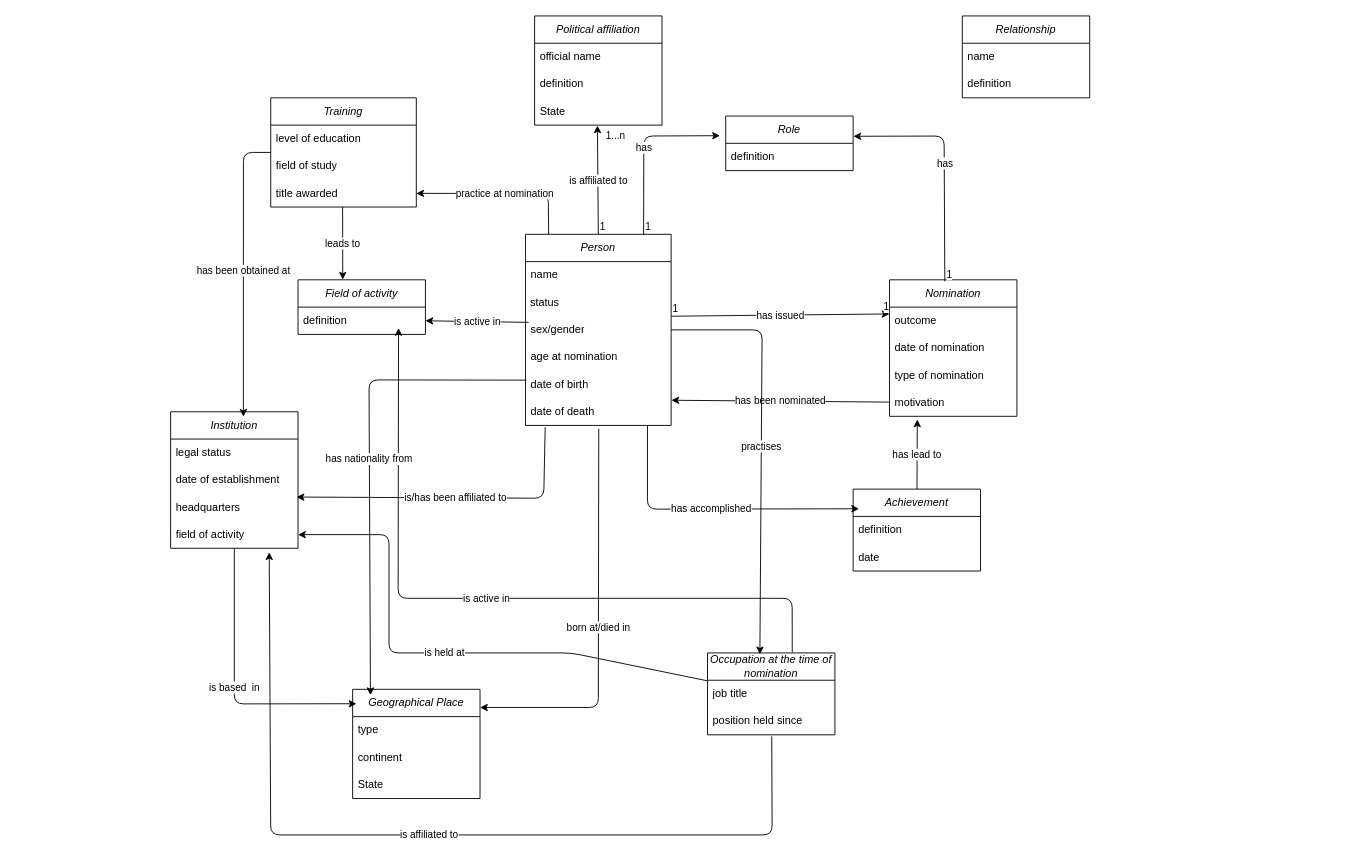
This is Documentation/MCD_to_database_nobel_prize.drawio from cattina2/nobel_peace_prize, a draw.io file, before an edit. Source tidied: cells renumbered, new cells numbered last; positions are measured from the earlier drawing's top-left corner, leaving out a move shared by most shapes. Both pictures are drawn from the tidied source at 91%, with x=0, y=0 at pixel (170, 15).
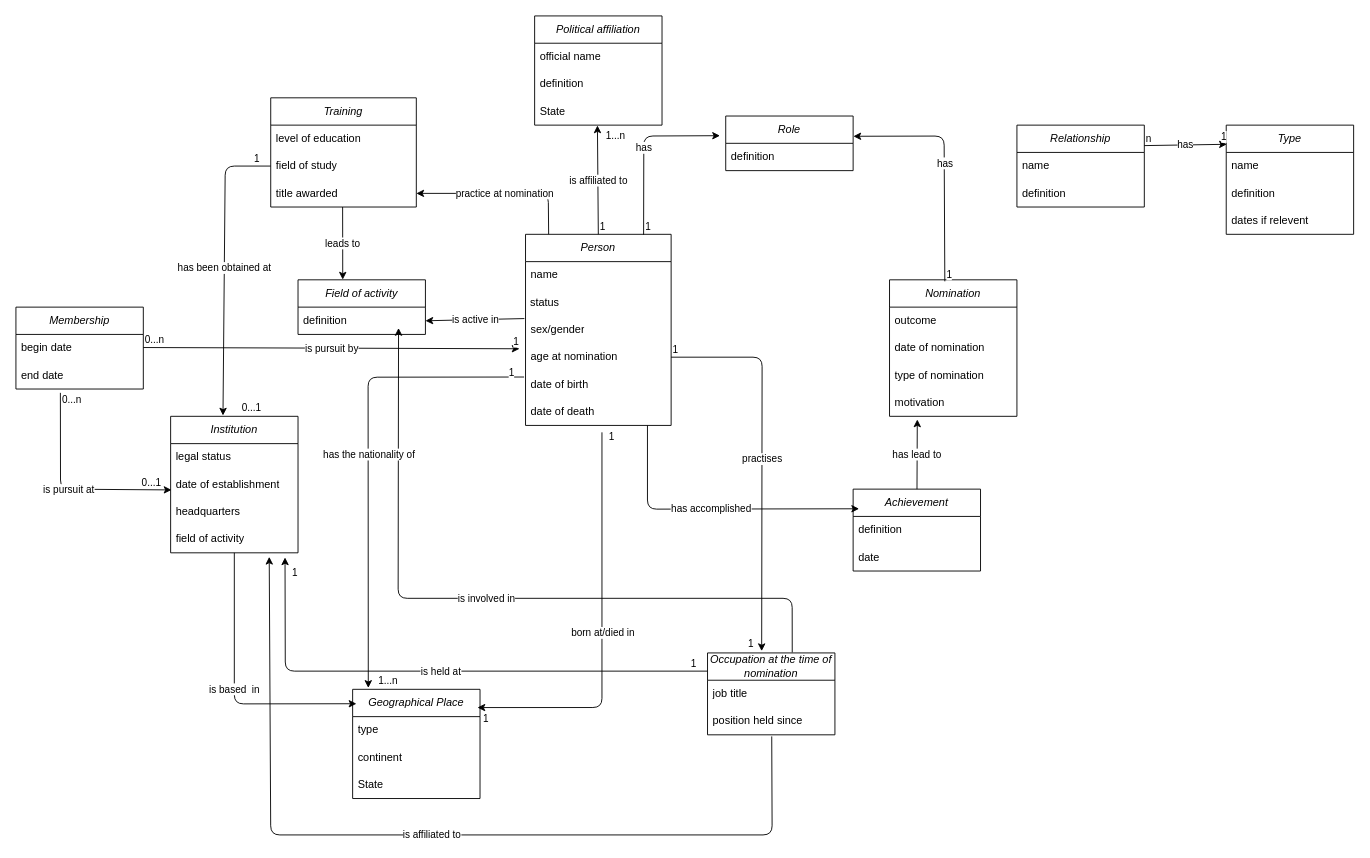
Above is the later version.

Commit message (it also covers changes not shown here):
modificationS MCD + sqlite

The change refers to these unchanged cells:
```xml
<mxCell id="5" value="&lt;i&gt;Person&lt;/i&gt;" style="swimlane;fontStyle=0;horizontal=1;startSize=30;whiteSpace=wrap;html=1;" parent="1" vertex="1">
  <mxGeometry x="390" y="240" width="160" height="210" as="geometry" />
</mxCell>
<mxCell id="7" value="&amp;nbsp;status" style="text;html=1;align=left;verticalAlign=middle;whiteSpace=wrap;rounded=0;" parent="5" vertex="1">
  <mxGeometry y="60" width="160" height="30" as="geometry" />
</mxCell>
<mxCell id="8" value="sex/gender" style="text;strokeColor=none;fillColor=none;align=left;verticalAlign=middle;spacingLeft=4;spacingRight=4;overflow=hidden;points=[[0,0.5],[1,0.5]];portConstraint=eastwest;whiteSpace=wrap;html=1;" parent="5" vertex="1">
  <mxGeometry y="90" width="160" height="30" as="geometry" />
</mxCell>
<mxCell id="9" value="age at nomination" style="text;strokeColor=none;fillColor=none;align=left;verticalAlign=middle;spacingLeft=4;spacingRight=4;overflow=hidden;points=[[0,0.5],[1,0.5]];portConstraint=eastwest;whiteSpace=wrap;html=1;" parent="5" vertex="1">
  <mxGeometry y="120" width="160" height="30" as="geometry" />
</mxCell>
<mxCell id="10" value="date of birth" style="text;strokeColor=none;fillColor=none;align=left;verticalAlign=middle;spacingLeft=4;spacingRight=4;overflow=hidden;points=[[0,0.5],[1,0.5]];portConstraint=eastwest;whiteSpace=wrap;html=1;" parent="5" vertex="1">
  <mxGeometry y="150" width="160" height="30" as="geometry" />
</mxCell>
<mxCell id="11" value="date of death" style="text;strokeColor=none;fillColor=none;align=left;verticalAlign=middle;spacingLeft=4;spacingRight=4;overflow=hidden;points=[[0,0.5],[1,0.5]];portConstraint=eastwest;whiteSpace=wrap;html=1;" parent="5" vertex="1">
  <mxGeometry y="180" width="160" height="30" as="geometry" />
</mxCell>
<mxCell id="12" value="&lt;i&gt;Nomination&lt;/i&gt;" style="swimlane;fontStyle=0;horizontal=1;startSize=30;whiteSpace=wrap;html=1;" parent="1" vertex="1">
  <mxGeometry x="790" y="290" width="140" height="150" as="geometry" />
</mxCell>
<mxCell id="16" value="motivation" style="text;strokeColor=none;fillColor=none;align=left;verticalAlign=middle;spacingLeft=4;spacingRight=4;overflow=hidden;points=[[0,0.5],[1,0.5]];portConstraint=eastwest;whiteSpace=wrap;html=1;" parent="12" vertex="1">
  <mxGeometry y="120" width="140" height="30" as="geometry" />
</mxCell>
<mxCell id="19" value="date of establishment" style="text;strokeColor=none;fillColor=none;align=left;verticalAlign=middle;spacingLeft=4;spacingRight=4;overflow=hidden;points=[[0,0.5],[1,0.5]];portConstraint=eastwest;whiteSpace=wrap;html=1;" parent="17" vertex="1">
  <mxGeometry y="60" width="140" height="30" as="geometry" />
</mxCell>
<mxCell id="20" value="headquarters" style="text;strokeColor=none;fillColor=none;align=left;verticalAlign=middle;spacingLeft=4;spacingRight=4;overflow=hidden;points=[[0,0.5],[1,0.5]];portConstraint=eastwest;whiteSpace=wrap;html=1;" parent="17" vertex="1">
  <mxGeometry y="90" width="140" height="30" as="geometry" />
</mxCell>
<mxCell id="21" value="field of activity" style="text;strokeColor=none;fillColor=none;align=left;verticalAlign=middle;spacingLeft=4;spacingRight=4;overflow=hidden;points=[[0,0.5],[1,0.5]];portConstraint=eastwest;whiteSpace=wrap;html=1;" parent="17" vertex="1">
  <mxGeometry y="120" width="140" height="30" as="geometry" />
</mxCell>
<mxCell id="22" value="&lt;i&gt;Geographical Place&lt;/i&gt;" style="swimlane;fontStyle=0;horizontal=1;startSize=30;whiteSpace=wrap;html=1;" parent="1" vertex="1">
  <mxGeometry x="200" y="740" width="140" height="120" as="geometry" />
</mxCell>
<mxCell id="26" value="Training" style="swimlane;fontStyle=2;horizontal=1;startSize=30;whiteSpace=wrap;html=1;" parent="1" vertex="1">
  <mxGeometry x="110" y="90" width="160" height="120" as="geometry" />
</mxCell>
<mxCell id="28" value="field of study" style="text;strokeColor=none;fillColor=none;align=left;verticalAlign=middle;spacingLeft=4;spacingRight=4;overflow=hidden;points=[[0,0.5],[1,0.5]];portConstraint=eastwest;whiteSpace=wrap;html=1;" parent="26" vertex="1">
  <mxGeometry y="60" width="160" height="30" as="geometry" />
</mxCell>
<mxCell id="31" value="Occupation at the time of nomination" style="swimlane;fontStyle=2;horizontal=1;startSize=30;whiteSpace=wrap;html=1;" parent="1" vertex="1">
  <mxGeometry x="590" y="700" width="140" height="90" as="geometry" />
</mxCell>
<mxCell id="44" value="definition" style="text;strokeColor=none;fillColor=none;align=left;verticalAlign=middle;spacingLeft=4;spacingRight=4;overflow=hidden;points=[[0,0.5],[1,0.5]];portConstraint=eastwest;whiteSpace=wrap;html=1;" parent="43" vertex="1">
  <mxGeometry y="30" width="140" height="30" as="geometry" />
</mxCell>
```

Diff of the diagram source:
```diff
@@
-    <mxCell id="3" value="is/has been affiliated to" style="edgeStyle=none;html=1;exitX=0.135;exitY=1.064;exitDx=0;exitDy=0;exitPerimeter=0;entryX=0.989;entryY=0.124;entryDx=0;entryDy=0;entryPerimeter=0;" parent="1" edge="1" source="11" target="20">
-      <mxGeometry relative="1" as="geometry">
-        <Array as="points">
-          <mxPoint x="410" y="530" />
-        </Array>
-      </mxGeometry>
-    </mxCell>
-    <mxCell id="4" value="is active in" style="edgeStyle=none;html=1;entryX=1;entryY=0.5;entryDx=0;entryDy=0;exitX=0.022;exitY=0.225;exitDx=0;exitDy=0;exitPerimeter=0;" parent="1" edge="1" source="8" target="44">
+    <mxCell id="4" value="is active in" style="edgeStyle=none;html=1;entryX=1;entryY=0.5;entryDx=0;entryDy=0;exitX=-0.008;exitY=0.086;exitDx=0;exitDy=0;exitPerimeter=0;" parent="1" edge="1" source="8" target="44">
       <mxGeometry relative="1" as="geometry" />
     </mxCell>
@@
     <mxCell id="17" value="&lt;i&gt;Institution&lt;/i&gt;" style="swimlane;fontStyle=0;horizontal=1;startSize=30;whiteSpace=wrap;html=1;" parent="1" vertex="1">
-      <mxGeometry y="435" width="140" height="150" as="geometry" />
+      <mxGeometry y="440" width="140" height="150" as="geometry" />
     </mxCell>
@@
-    <mxCell id="30" value="is held at" style="edgeStyle=none;html=1;entryX=1;entryY=0.5;entryDx=0;entryDy=0;" parent="1" edge="1" source="31" target="21">
-      <mxGeometry relative="1" as="geometry">
-        <Array as="points">
-          <mxPoint x="440" y="700" />
-          <mxPoint x="240" y="700" />
-          <mxPoint x="240" y="570" />
-        </Array>
-      </mxGeometry>
-    </mxCell>
@@
-    <mxCell id="34" value="has been nominated" style="edgeStyle=none;html=1;entryX=1.002;entryY=0.077;entryDx=0;entryDy=0;entryPerimeter=0;" parent="1" edge="1" source="16" target="11">
-      <mxGeometry relative="1" as="geometry" />
-    </mxCell>
-    <mxCell id="35" value="born at/died in" style="edgeStyle=none;html=1;exitX=0.503;exitY=1.125;exitDx=0;exitDy=0;exitPerimeter=0;" parent="1" edge="1" source="11">
-      <mxGeometry relative="1" as="geometry">
-        <mxPoint x="340" y="760" as="targetPoint" />
-        <Array as="points">
-          <mxPoint x="470" y="760" />
-        </Array>
-      </mxGeometry>
-    </mxCell>
@@
-    <mxCell id="37" value="has been obtained at" style="edgeStyle=none;html=1;entryX=0.571;entryY=0.036;entryDx=0;entryDy=0;entryPerimeter=0;" parent="1" edge="1" source="26" target="17">
-      <mxGeometry relative="1" as="geometry">
-        <Array as="points">
-          <mxPoint x="80" y="150" />
-        </Array>
-      </mxGeometry>
-    </mxCell>
@@
-    <mxCell id="39" style="endArrow=classic;html=1;entryX=0;entryY=0.25;entryDx=0;entryDy=0;exitX=1;exitY=1;exitDx=0;exitDy=0;" parent="1" edge="1" source="7" target="12">
-      <mxGeometry relative="1" as="geometry" />
-    </mxCell>
-    <mxCell id="40" value="has issued" style="edgeLabel;html=1;align=center;verticalAlign=middle;" parent="39" vertex="1">
-      <mxGeometry relative="1" as="geometry" />
-    </mxCell>
-    <mxCell id="41" value="1" style="edgeLabel;html=1;align=left;verticalAlign=bottom;" parent="39" vertex="1">
-      <mxGeometry x="-1" relative="1" as="geometry" />
-    </mxCell>
-    <mxCell id="42" value="1" style="edgeLabel;html=1;align=right;verticalAlign=bottom;" parent="39" vertex="1">
-      <mxGeometry x="1" relative="1" as="geometry" />
-    </mxCell>
@@
-    <mxCell id="50" value="is active in" style="edgeStyle=none;html=1;entryX=0.789;entryY=0.765;entryDx=0;entryDy=0;entryPerimeter=0;exitX=0.665;exitY=-0.006;exitDx=0;exitDy=0;exitPerimeter=0;" parent="1" edge="1" source="31" target="44">
+    <mxCell id="50" value="is involved in" style="edgeStyle=none;html=1;entryX=0.789;entryY=0.765;entryDx=0;entryDy=0;entryPerimeter=0;exitX=0.665;exitY=-0.006;exitDx=0;exitDy=0;exitPerimeter=0;" parent="1" edge="1" source="31" target="44">
       <mxGeometry relative="1" as="geometry">
         <Array as="points">
           <mxPoint x="683" y="640" />
           <mxPoint x="250" y="640" />
         </Array>
       </mxGeometry>
     </mxCell>
     <mxCell id="51" value="&lt;i&gt;Relationship&lt;/i&gt;" style="swimlane;fontStyle=0;horizontal=1;startSize=30;whiteSpace=wrap;html=1;" parent="1" vertex="1">
-      <mxGeometry x="870" width="140" height="90" as="geometry" />
+      <mxGeometry x="930" y="120" width="140" height="90" as="geometry" />
     </mxCell>
@@
-    <mxCell id="61" value="practises" style="edgeStyle=none;html=1;entryX=0.411;entryY=0.017;entryDx=0;entryDy=0;entryPerimeter=0;" parent="1" edge="1" source="5" target="31">
-      <mxGeometry relative="1" as="geometry">
-        <Array as="points">
-          <mxPoint x="650" y="345" />
-        </Array>
-      </mxGeometry>
-    </mxCell>
@@
-    <mxCell id="64" value="has nationality from" style="edgeStyle=none;html=1;entryX=0.14;entryY=0.053;entryDx=0;entryDy=0;entryPerimeter=0;exitX=0.006;exitY=0.341;exitDx=0;exitDy=0;exitPerimeter=0;" parent="1" edge="1" source="10" target="22">
-      <mxGeometry relative="1" as="geometry">
-        <Array as="points">
-          <mxPoint x="218" y="400" />
-        </Array>
-      </mxGeometry>
-    </mxCell>
@@
+    <mxCell id="73" value="&lt;i&gt;Type&lt;/i&gt;" style="swimlane;fontStyle=0;horizontal=1;startSize=30;whiteSpace=wrap;html=1;" parent="1" vertex="1">
+      <mxGeometry x="1160" y="120" width="140" height="120" as="geometry" />
+    </mxCell>
+    <mxCell id="74" value="name" style="text;strokeColor=none;fillColor=none;align=left;verticalAlign=middle;spacingLeft=4;spacingRight=4;overflow=hidden;points=[[0,0.5],[1,0.5]];portConstraint=eastwest;whiteSpace=wrap;html=1;" parent="73" vertex="1">
+      <mxGeometry y="30" width="140" height="30" as="geometry" />
+    </mxCell>
+    <mxCell id="75" value="definition" style="text;strokeColor=none;fillColor=none;align=left;verticalAlign=middle;spacingLeft=4;spacingRight=4;overflow=hidden;whiteSpace=wrap;html=1;" parent="73" vertex="1">
+      <mxGeometry y="60" width="140" height="30" as="geometry" />
+    </mxCell>
+    <mxCell id="76" value="dates if relevent" style="text;strokeColor=none;fillColor=none;align=left;verticalAlign=middle;spacingLeft=4;spacingRight=4;overflow=hidden;whiteSpace=wrap;html=1;" parent="73" vertex="1">
+      <mxGeometry y="90" width="140" height="30" as="geometry" />
+    </mxCell>
+    <mxCell id="77" style="endArrow=classic;html=1;exitX=1;exitY=0.25;exitDx=0;exitDy=0;entryX=0.005;entryY=-0.298;entryDx=0;entryDy=0;entryPerimeter=0;" parent="1" edge="1" source="51" target="74">
+      <mxGeometry relative="1" as="geometry" />
+    </mxCell>
+    <mxCell id="78" value="has" style="edgeLabel;html=1;align=center;verticalAlign=middle;" parent="77" vertex="1">
+      <mxGeometry relative="1" as="geometry" />
+    </mxCell>
+    <mxCell id="79" value="n" style="edgeLabel;html=1;align=left;verticalAlign=bottom;" parent="77" vertex="1">
+      <mxGeometry x="-1" relative="1" as="geometry" />
+    </mxCell>
+    <mxCell id="80" value="1" style="edgeLabel;html=1;align=right;verticalAlign=bottom;" parent="77" vertex="1">
+      <mxGeometry x="1" relative="1" as="geometry" />
+    </mxCell>
+    <mxCell id="81" value="Membership" style="swimlane;fontStyle=2;horizontal=1;startSize=30;whiteSpace=wrap;html=1;" parent="1" vertex="1">
+      <mxGeometry x="-170" y="320" width="140" height="90" as="geometry" />
+    </mxCell>
+    <mxCell id="82" value="begin date" style="text;strokeColor=none;fillColor=none;align=left;verticalAlign=middle;spacingLeft=4;spacingRight=4;overflow=hidden;whiteSpace=wrap;html=1;" parent="81" vertex="1">
+      <mxGeometry y="30" width="140" height="30" as="geometry" />
+    </mxCell>
+    <mxCell id="83" value="end date" style="text;strokeColor=none;fillColor=none;align=left;verticalAlign=middle;spacingLeft=4;spacingRight=4;overflow=hidden;points=[[0,0.5],[1,0.5]];portConstraint=eastwest;whiteSpace=wrap;html=1;" parent="81" vertex="1">
+      <mxGeometry y="60" width="140" height="30" as="geometry" />
+    </mxCell>
+    <mxCell id="84" style="endArrow=classic;html=1;entryX=-0.041;entryY=0.192;entryDx=0;entryDy=0;entryPerimeter=0;" parent="1" edge="1" target="9">
+      <mxGeometry relative="1" as="geometry">
+        <mxPoint x="-30" y="364.4" as="sourcePoint" />
+      </mxGeometry>
+    </mxCell>
+    <mxCell id="85" value="is pursuit by" style="edgeLabel;html=1;align=center;verticalAlign=middle;" parent="84" vertex="1">
+      <mxGeometry relative="1" as="geometry" />
+    </mxCell>
+    <mxCell id="86" value="0...n" style="edgeLabel;html=1;align=left;verticalAlign=bottom;" parent="84" vertex="1">
+      <mxGeometry x="-1" relative="1" as="geometry" />
+    </mxCell>
+    <mxCell id="87" value="1" style="edgeLabel;html=1;align=right;verticalAlign=bottom;" parent="84" vertex="1">
+      <mxGeometry x="1" relative="1" as="geometry" />
+    </mxCell>
+    <mxCell id="88" style="endArrow=classic;html=1;entryX=0.007;entryY=0.696;entryDx=0;entryDy=0;entryPerimeter=0;exitX=0.349;exitY=1.14;exitDx=0;exitDy=0;exitPerimeter=0;" parent="1" edge="1" source="83" target="19">
+      <mxGeometry relative="1" as="geometry">
+        <Array as="points">
+          <mxPoint x="-121" y="520" />
+        </Array>
+      </mxGeometry>
+    </mxCell>
+    <mxCell id="89" value="is pursuit at" style="edgeLabel;html=1;align=center;verticalAlign=middle;" parent="88" vertex="1">
+      <mxGeometry relative="1" as="geometry" />
+    </mxCell>
+    <mxCell id="90" value="0...n" style="edgeLabel;html=1;align=left;verticalAlign=bottom;" parent="88" vertex="1">
+      <mxGeometry x="-1" relative="1" as="geometry">
+        <mxPoint y="16" as="offset" />
+      </mxGeometry>
+    </mxCell>
+    <mxCell id="91" value="0...1" style="edgeLabel;html=1;align=right;verticalAlign=bottom;" parent="88" vertex="1">
+      <mxGeometry x="1" relative="1" as="geometry">
+        <mxPoint x="-11" as="offset" />
+      </mxGeometry>
+    </mxCell>
+    <mxCell id="92" style="endArrow=classic;html=1;exitX=0;exitY=0.5;exitDx=0;exitDy=0;entryX=0.411;entryY=-0.006;entryDx=0;entryDy=0;entryPerimeter=0;" parent="1" edge="1" source="28" target="17">
+      <mxGeometry relative="1" as="geometry">
+        <Array as="points">
+          <mxPoint x="60" y="165" />
+        </Array>
+      </mxGeometry>
+    </mxCell>
+    <mxCell id="37" value="has been obtained at" style="edgeLabel;html=1;align=center;verticalAlign=middle;" parent="92" vertex="1">
+      <mxGeometry relative="1" as="geometry" />
+    </mxCell>
+    <mxCell id="93" value="1" style="edgeLabel;html=1;align=left;verticalAlign=bottom;" parent="92" vertex="1">
+      <mxGeometry x="-1" relative="1" as="geometry">
+        <mxPoint x="-20" as="offset" />
+      </mxGeometry>
+    </mxCell>
+    <mxCell id="94" value="0...1" style="edgeLabel;html=1;align=right;verticalAlign=bottom;" parent="92" vertex="1">
+      <mxGeometry x="1" relative="1" as="geometry">
+        <mxPoint x="42" as="offset" />
+      </mxGeometry>
+    </mxCell>
+    <mxCell id="95" style="endArrow=classic;html=1;entryX=0.898;entryY=1.168;entryDx=0;entryDy=0;entryPerimeter=0;" parent="1" edge="1" target="21">
+      <mxGeometry relative="1" as="geometry">
+        <mxPoint x="590" y="720" as="sourcePoint" />
+        <Array as="points">
+          <mxPoint x="126" y="720" />
+        </Array>
+      </mxGeometry>
+    </mxCell>
+    <mxCell id="30" value="is held at" style="edgeLabel;html=1;align=center;verticalAlign=middle;" parent="95" vertex="1">
+      <mxGeometry relative="1" as="geometry" />
+    </mxCell>
+    <mxCell id="96" value="1" style="edgeLabel;html=1;align=left;verticalAlign=bottom;" parent="95" vertex="1">
+      <mxGeometry x="-1" relative="1" as="geometry">
+        <mxPoint x="-20" as="offset" />
+      </mxGeometry>
+    </mxCell>
+    <mxCell id="97" value="1" style="edgeLabel;html=1;align=right;verticalAlign=bottom;" parent="95" vertex="1">
+      <mxGeometry x="1" relative="1" as="geometry">
+        <mxPoint x="14" y="25" as="offset" />
+      </mxGeometry>
+    </mxCell>
+    <mxCell id="98" style="endArrow=classic;html=1;exitX=1;exitY=0.5;exitDx=0;exitDy=0;entryX=0.425;entryY=-0.022;entryDx=0;entryDy=0;entryPerimeter=0;" parent="1" edge="1" source="9" target="31">
+      <mxGeometry relative="1" as="geometry">
+        <Array as="points">
+          <mxPoint x="650" y="375" />
+        </Array>
+      </mxGeometry>
+    </mxCell>
+    <mxCell id="61" value="practises" style="edgeLabel;html=1;align=center;verticalAlign=middle;" parent="98" vertex="1">
+      <mxGeometry relative="1" as="geometry" />
+    </mxCell>
+    <mxCell id="99" value="1" style="edgeLabel;html=1;align=left;verticalAlign=bottom;" parent="98" vertex="1">
+      <mxGeometry x="-1" relative="1" as="geometry" />
+    </mxCell>
+    <mxCell id="100" value="1" style="edgeLabel;html=1;align=right;verticalAlign=bottom;" parent="98" vertex="1">
+      <mxGeometry x="1" relative="1" as="geometry">
+        <mxPoint x="-9" as="offset" />
+      </mxGeometry>
+    </mxCell>
+    <mxCell id="64" style="endArrow=classic;html=1;exitX=-0.01;exitY=0.227;exitDx=0;exitDy=0;exitPerimeter=0;entryX=0.123;entryY=-0.013;entryDx=0;entryDy=0;entryPerimeter=0;" parent="1" edge="1" source="10" target="22">
+      <mxGeometry relative="1" as="geometry">
+        <Array as="points">
+          <mxPoint x="217" y="397" />
+        </Array>
+      </mxGeometry>
+    </mxCell>
+    <mxCell id="101" value="has the nationality of" style="edgeLabel;html=1;align=center;verticalAlign=middle;" parent="64" vertex="1">
+      <mxGeometry relative="1" as="geometry" />
+    </mxCell>
+    <mxCell id="102" value="1" style="edgeLabel;html=1;align=left;verticalAlign=bottom;" parent="64" vertex="1">
+      <mxGeometry x="-1" relative="1" as="geometry">
+        <mxPoint x="-18" y="3" as="offset" />
+      </mxGeometry>
+    </mxCell>
+    <mxCell id="103" value="1...n" style="edgeLabel;html=1;align=right;verticalAlign=bottom;" parent="64" vertex="1">
+      <mxGeometry x="1" relative="1" as="geometry">
+        <mxPoint x="33" as="offset" />
+      </mxGeometry>
+    </mxCell>
+    <mxCell id="104" style="endArrow=classic;html=1;exitX=0.525;exitY=1.253;exitDx=0;exitDy=0;exitPerimeter=0;entryX=0.98;entryY=0.167;entryDx=0;entryDy=0;entryPerimeter=0;" parent="1" edge="1" source="11" target="22">
+      <mxGeometry relative="1" as="geometry">
+        <Array as="points">
+          <mxPoint x="474" y="760" />
+        </Array>
+      </mxGeometry>
+    </mxCell>
+    <mxCell id="35" value="born at/died in" style="edgeLabel;html=1;align=center;verticalAlign=middle;" parent="104" vertex="1">
+      <mxGeometry relative="1" as="geometry" />
+    </mxCell>
+    <mxCell id="105" value="1" style="edgeLabel;html=1;align=left;verticalAlign=bottom;" parent="104" vertex="1">
+      <mxGeometry x="-1" relative="1" as="geometry">
+        <mxPoint x="6" y="12" as="offset" />
+      </mxGeometry>
+    </mxCell>
+    <mxCell id="106" value="1" style="edgeLabel;html=1;align=right;verticalAlign=bottom;" parent="104" vertex="1">
+      <mxGeometry x="1" relative="1" as="geometry">
+        <mxPoint x="13" y="20" as="offset" />
+      </mxGeometry>
+    </mxCell>
```
